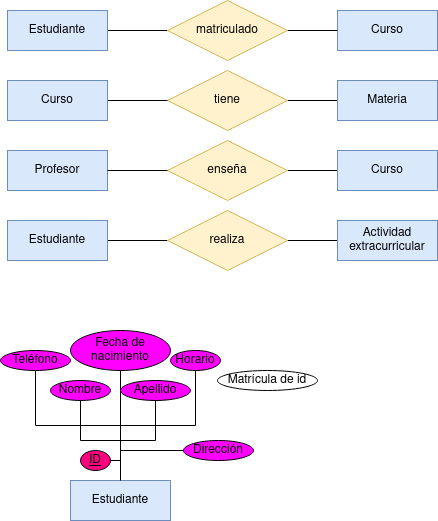
RafaelMayor/base-datos keeps this draw.io diagram as Unidad-1/Tareas/Tarea_Entregable-1/Diagrama Tarea Entregable 1.drawio.png. Above is the earlier version. Source tidied: cells renumbered, new cells last; positions are measured from the earlier drawing's top-left corner, leaving out a move shared by most shapes.
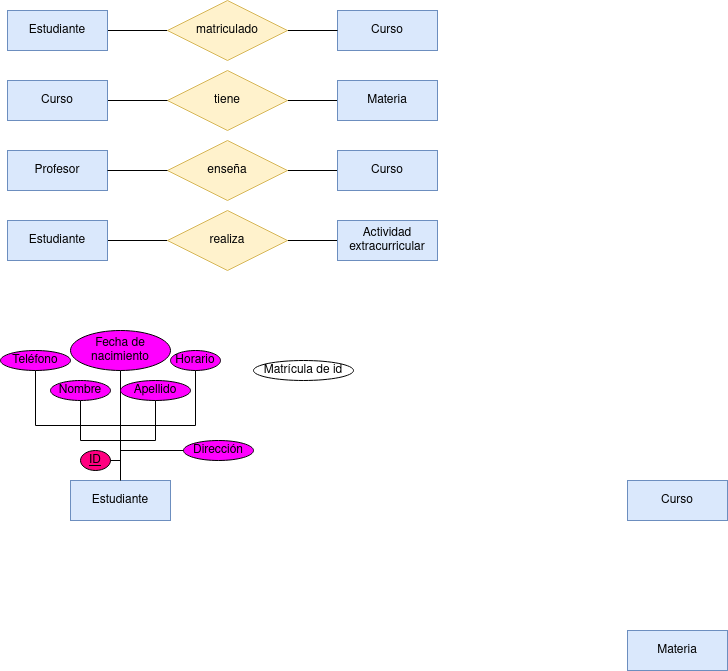
After the change.

What changed in the source:
```diff
@@ -90,7 +90,7 @@
       <mxGeometry x="80" y="450" width="30" height="20" as="geometry" />
     </mxCell>
     <mxCell id="31" value="Matrícula de id" style="ellipse;whiteSpace=wrap;html=1;align=center;" parent="1" vertex="1">
-      <mxGeometry x="217" y="370" width="100" height="20" as="geometry" />
+      <mxGeometry x="253" y="360" width="100" height="20" as="geometry" />
     </mxCell>
     <mxCell id="32" style="edgeStyle=orthogonalEdgeStyle;rounded=0;jettySize=auto;html=1;entryX=0.5;entryY=0;entryDx=0;entryDy=0;endArrow=none;endFill=0;" parent="1" edge="1" source="33" target="28">
       <mxGeometry relative="1" as="geometry" />
@@ -110,5 +110,11 @@
     <mxCell id="37" value="Horario" style="ellipse;whiteSpace=wrap;html=1;align=center;fillColor=#FF00FF;" parent="1" vertex="1">
       <mxGeometry x="170" y="350" width="50" height="20" as="geometry" />
     </mxCell>
+    <mxCell id="38" value="Curso" style="whiteSpace=wrap;html=1;align=center;fillColor=#dae8fc;strokeColor=#6c8ebf;" parent="1" vertex="1">
+      <mxGeometry x="627" y="480" width="100" height="40" as="geometry" />
+    </mxCell>
+    <mxCell id="39" value="Materia" style="whiteSpace=wrap;html=1;align=center;fillColor=#dae8fc;strokeColor=#6c8ebf;" parent="1" vertex="1">
+      <mxGeometry x="627" y="630" width="100" height="40" as="geometry" />
+    </mxCell>
   </root>
 </mxGraphModel>
```
